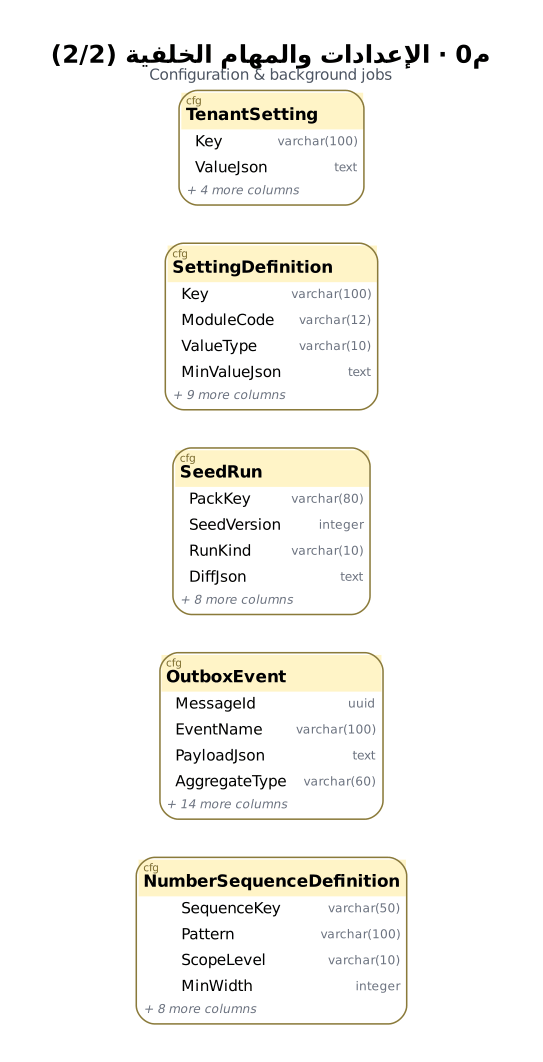
Before: treasury-platform/docs/diagrams/pro/m0_config_2.png, a diagram exported from Graphviz (thawrasy/smartlines). Its source is kept beside it as treasury-platform/docs/diagrams/pro/src/m0_config_2.dot.
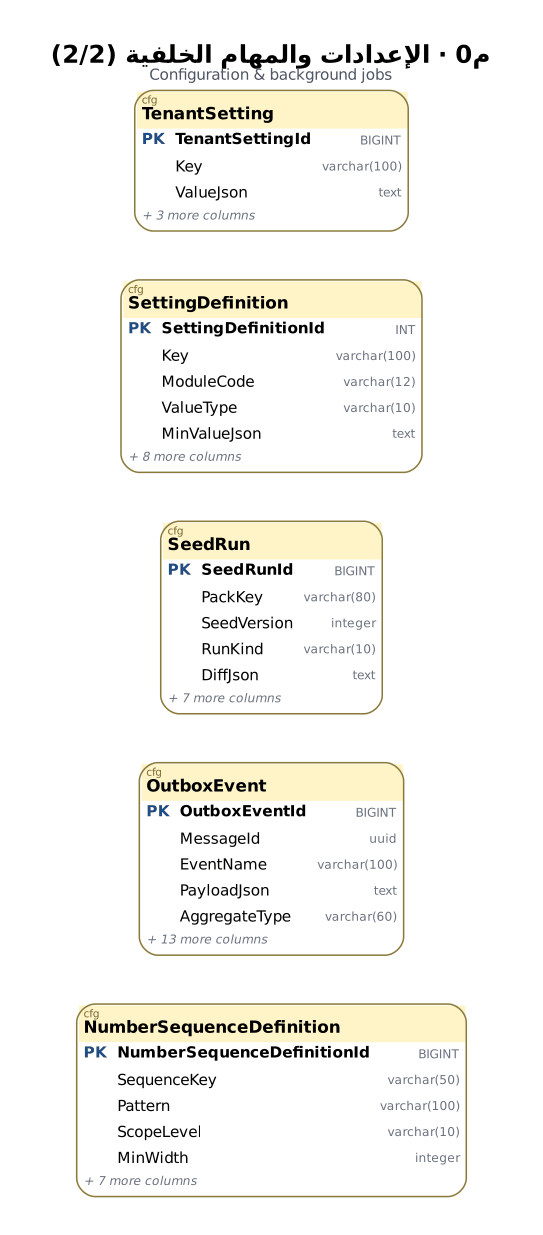
The same diagram one commit later.

Diff of the diagram source:
```diff
@@ -1,10 +1,10 @@
 digraph G {
-  graph [fontname="DejaVu Sans", label=<<B><FONT POINT-SIZE="16">م0 · الإعدادات والمهام الخلفية (2/2)</FONT></B><BR/><FONT POINT-SIZE="10" COLOR="#4B5563">Configuration &amp; background jobs</FONT>>, labelloc=t, rankdir=LR, splines=true, nodesep=0.35, ranksep=1.25, pad=0.35, bgcolor="white", dpi=110];
+  graph [fontname="DejaVu Sans", label=<<B><FONT POINT-SIZE="16">م0 · الإعدادات والمهام الخلفية (2/2)</FONT></B><BR/><FONT POINT-SIZE="10" COLOR="#4B5563">Configuration &amp; background jobs</FONT>>, labelloc=t, rankdir=LR, splines=ortho, nodesep=0.45, ranksep=1.7, pad=0.35, bgcolor="white", dpi=110];
   node [fontname="DejaVu Sans", fontsize=10];
   edge [fontname="DejaVu Sans", fontsize=8, color="#374151", arrowsize=0.75];
-  "cfg.NumberSequenceDefinition" [shape=plain, label=<<TABLE BORDER="1" COLOR="#8A7A3A" CELLBORDER="0" CELLSPACING="0" CELLPADDING="3" STYLE="rounded" BGCOLOR="white"><TR><TD COLSPAN="3" BGCOLOR="#FFF4C7" ALIGN="LEFT"><FONT POINT-SIZE="7" COLOR="#7A6A2E">cfg</FONT><BR ALIGN="LEFT"/><FONT POINT-SIZE="11"><B>NumberSequenceDefinition</B></FONT></TD></TR><TR><TD ALIGN="LEFT"></TD><TD ALIGN="LEFT">SequenceKey</TD><TD ALIGN="RIGHT"><FONT COLOR="#6B7280" POINT-SIZE="8">varchar(50)</FONT></TD></TR><TR><TD ALIGN="LEFT"></TD><TD ALIGN="LEFT">Pattern</TD><TD ALIGN="RIGHT"><FONT COLOR="#6B7280" POINT-SIZE="8">varchar(100)</FONT></TD></TR><TR><TD ALIGN="LEFT"></TD><TD ALIGN="LEFT">ScopeLevel</TD><TD ALIGN="RIGHT"><FONT COLOR="#6B7280" POINT-SIZE="8">varchar(10)</FONT></TD></TR><TR><TD ALIGN="LEFT"></TD><TD ALIGN="LEFT">MinWidth</TD><TD ALIGN="RIGHT"><FONT COLOR="#6B7280" POINT-SIZE="8">integer</FONT></TD></TR><TR><TD COLSPAN="3" ALIGN="LEFT"><FONT POINT-SIZE="8" COLOR="#6B7280"><I>+ 8 more columns</I></FONT></TD></TR></TABLE>>];
-  "cfg.OutboxEvent" [shape=plain, label=<<TABLE BORDER="1" COLOR="#8A7A3A" CELLBORDER="0" CELLSPACING="0" CELLPADDING="3" STYLE="rounded" BGCOLOR="white"><TR><TD COLSPAN="3" BGCOLOR="#FFF4C7" ALIGN="LEFT"><FONT POINT-SIZE="7" COLOR="#7A6A2E">cfg</FONT><BR ALIGN="LEFT"/><FONT POINT-SIZE="11"><B>OutboxEvent</B></FONT></TD></TR><TR><TD ALIGN="LEFT"></TD><TD ALIGN="LEFT">MessageId</TD><TD ALIGN="RIGHT"><FONT COLOR="#6B7280" POINT-SIZE="8">uuid</FONT></TD></TR><TR><TD ALIGN="LEFT"></TD><TD ALIGN="LEFT">EventName</TD><TD ALIGN="RIGHT"><FONT COLOR="#6B7280" POINT-SIZE="8">varchar(100)</FONT></TD></TR><TR><TD ALIGN="LEFT"></TD><TD ALIGN="LEFT">PayloadJson</TD><TD ALIGN="RIGHT"><FONT COLOR="#6B7280" POINT-SIZE="8">text</FONT></TD></TR><TR><TD ALIGN="LEFT"></TD><TD ALIGN="LEFT">AggregateType</TD><TD ALIGN="RIGHT"><FONT COLOR="#6B7280" POINT-SIZE="8">varchar(60)</FONT></TD></TR><TR><TD COLSPAN="3" ALIGN="LEFT"><FONT POINT-SIZE="8" COLOR="#6B7280"><I>+ 14 more columns</I></FONT></TD></TR></TABLE>>];
-  "cfg.SeedRun" [shape=plain, label=<<TABLE BORDER="1" COLOR="#8A7A3A" CELLBORDER="0" CELLSPACING="0" CELLPADDING="3" STYLE="rounded" BGCOLOR="white"><TR><TD COLSPAN="3" BGCOLOR="#FFF4C7" ALIGN="LEFT"><FONT POINT-SIZE="7" COLOR="#7A6A2E">cfg</FONT><BR ALIGN="LEFT"/><FONT POINT-SIZE="11"><B>SeedRun</B></FONT></TD></TR><TR><TD ALIGN="LEFT"></TD><TD ALIGN="LEFT">PackKey</TD><TD ALIGN="RIGHT"><FONT COLOR="#6B7280" POINT-SIZE="8">varchar(80)</FONT></TD></TR><TR><TD ALIGN="LEFT"></TD><TD ALIGN="LEFT">SeedVersion</TD><TD ALIGN="RIGHT"><FONT COLOR="#6B7280" POINT-SIZE="8">integer</FONT></TD></TR><TR><TD ALIGN="LEFT"></TD><TD ALIGN="LEFT">RunKind</TD><TD ALIGN="RIGHT"><FONT COLOR="#6B7280" POINT-SIZE="8">varchar(10)</FONT></TD></TR><TR><TD ALIGN="LEFT"></TD><TD ALIGN="LEFT">DiffJson</TD><TD ALIGN="RIGHT"><FONT COLOR="#6B7280" POINT-SIZE="8">text</FONT></TD></TR><TR><TD COLSPAN="3" ALIGN="LEFT"><FONT POINT-SIZE="8" COLOR="#6B7280"><I>+ 8 more columns</I></FONT></TD></TR></TABLE>>];
-  "cfg.SettingDefinition" [shape=plain, label=<<TABLE BORDER="1" COLOR="#8A7A3A" CELLBORDER="0" CELLSPACING="0" CELLPADDING="3" STYLE="rounded" BGCOLOR="white"><TR><TD COLSPAN="3" BGCOLOR="#FFF4C7" ALIGN="LEFT"><FONT POINT-SIZE="7" COLOR="#7A6A2E">cfg</FONT><BR ALIGN="LEFT"/><FONT POINT-SIZE="11"><B>SettingDefinition</B></FONT></TD></TR><TR><TD ALIGN="LEFT"></TD><TD ALIGN="LEFT">Key</TD><TD ALIGN="RIGHT"><FONT COLOR="#6B7280" POINT-SIZE="8">varchar(100)</FONT></TD></TR><TR><TD ALIGN="LEFT"></TD><TD ALIGN="LEFT">ModuleCode</TD><TD ALIGN="RIGHT"><FONT COLOR="#6B7280" POINT-SIZE="8">varchar(12)</FONT></TD></TR><TR><TD ALIGN="LEFT"></TD><TD ALIGN="LEFT">ValueType</TD><TD ALIGN="RIGHT"><FONT COLOR="#6B7280" POINT-SIZE="8">varchar(10)</FONT></TD></TR><TR><TD ALIGN="LEFT"></TD><TD ALIGN="LEFT">MinValueJson</TD><TD ALIGN="RIGHT"><FONT COLOR="#6B7280" POINT-SIZE="8">text</FONT></TD></TR><TR><TD COLSPAN="3" ALIGN="LEFT"><FONT POINT-SIZE="8" COLOR="#6B7280"><I>+ 9 more columns</I></FONT></TD></TR></TABLE>>];
-  "cfg.TenantSetting" [shape=plain, label=<<TABLE BORDER="1" COLOR="#8A7A3A" CELLBORDER="0" CELLSPACING="0" CELLPADDING="3" STYLE="rounded" BGCOLOR="white"><TR><TD COLSPAN="3" BGCOLOR="#FFF4C7" ALIGN="LEFT"><FONT POINT-SIZE="7" COLOR="#7A6A2E">cfg</FONT><BR ALIGN="LEFT"/><FONT POINT-SIZE="11"><B>TenantSetting</B></FONT></TD></TR><TR><TD ALIGN="LEFT"></TD><TD ALIGN="LEFT">Key</TD><TD ALIGN="RIGHT"><FONT COLOR="#6B7280" POINT-SIZE="8">varchar(100)</FONT></TD></TR><TR><TD ALIGN="LEFT"></TD><TD ALIGN="LEFT">ValueJson</TD><TD ALIGN="RIGHT"><FONT COLOR="#6B7280" POINT-SIZE="8">text</FONT></TD></TR><TR><TD COLSPAN="3" ALIGN="LEFT"><FONT POINT-SIZE="8" COLOR="#6B7280"><I>+ 4 more columns</I></FONT></TD></TR></TABLE>>];
+  "cfg.NumberSequenceDefinition" [shape=plain, label=<<TABLE BORDER="1" COLOR="#8A7A3A" CELLBORDER="0" CELLSPACING="0" CELLPADDING="3" STYLE="rounded" BGCOLOR="white"><TR><TD COLSPAN="3" BGCOLOR="#FFF4C7" ALIGN="LEFT"><FONT POINT-SIZE="7" COLOR="#7A6A2E">cfg</FONT><BR ALIGN="LEFT"/><FONT POINT-SIZE="11"><B>NumberSequenceDefinition</B></FONT></TD></TR><TR><TD ALIGN="LEFT" PORT="NumberSequenceDefinitionId"><FONT COLOR="#1D4E89"><B>PK</B></FONT></TD><TD ALIGN="LEFT" PORT="NumberSequenceDefinitionId"><B>NumberSequenceDefinitionId</B></TD><TD ALIGN="RIGHT" PORT="NumberSequenceDefinitionId"><FONT COLOR="#6B7280" POINT-SIZE="8">BIGINT</FONT></TD></TR><TR><TD ALIGN="LEFT"></TD><TD ALIGN="LEFT">SequenceKey</TD><TD ALIGN="RIGHT"><FONT COLOR="#6B7280" POINT-SIZE="8">varchar(50)</FONT></TD></TR><TR><TD ALIGN="LEFT"></TD><TD ALIGN="LEFT">Pattern</TD><TD ALIGN="RIGHT"><FONT COLOR="#6B7280" POINT-SIZE="8">varchar(100)</FONT></TD></TR><TR><TD ALIGN="LEFT"></TD><TD ALIGN="LEFT">ScopeLevel</TD><TD ALIGN="RIGHT"><FONT COLOR="#6B7280" POINT-SIZE="8">varchar(10)</FONT></TD></TR><TR><TD ALIGN="LEFT"></TD><TD ALIGN="LEFT">MinWidth</TD><TD ALIGN="RIGHT"><FONT COLOR="#6B7280" POINT-SIZE="8">integer</FONT></TD></TR><TR><TD COLSPAN="3" ALIGN="LEFT"><FONT POINT-SIZE="8" COLOR="#6B7280"><I>+ 7 more columns</I></FONT></TD></TR></TABLE>>];
+  "cfg.OutboxEvent" [shape=plain, label=<<TABLE BORDER="1" COLOR="#8A7A3A" CELLBORDER="0" CELLSPACING="0" CELLPADDING="3" STYLE="rounded" BGCOLOR="white"><TR><TD COLSPAN="3" BGCOLOR="#FFF4C7" ALIGN="LEFT"><FONT POINT-SIZE="7" COLOR="#7A6A2E">cfg</FONT><BR ALIGN="LEFT"/><FONT POINT-SIZE="11"><B>OutboxEvent</B></FONT></TD></TR><TR><TD ALIGN="LEFT" PORT="OutboxEventId"><FONT COLOR="#1D4E89"><B>PK</B></FONT></TD><TD ALIGN="LEFT" PORT="OutboxEventId"><B>OutboxEventId</B></TD><TD ALIGN="RIGHT" PORT="OutboxEventId"><FONT COLOR="#6B7280" POINT-SIZE="8">BIGINT</FONT></TD></TR><TR><TD ALIGN="LEFT"></TD><TD ALIGN="LEFT">MessageId</TD><TD ALIGN="RIGHT"><FONT COLOR="#6B7280" POINT-SIZE="8">uuid</FONT></TD></TR><TR><TD ALIGN="LEFT"></TD><TD ALIGN="LEFT">EventName</TD><TD ALIGN="RIGHT"><FONT COLOR="#6B7280" POINT-SIZE="8">varchar(100)</FONT></TD></TR><TR><TD ALIGN="LEFT"></TD><TD ALIGN="LEFT">PayloadJson</TD><TD ALIGN="RIGHT"><FONT COLOR="#6B7280" POINT-SIZE="8">text</FONT></TD></TR><TR><TD ALIGN="LEFT"></TD><TD ALIGN="LEFT">AggregateType</TD><TD ALIGN="RIGHT"><FONT COLOR="#6B7280" POINT-SIZE="8">varchar(60)</FONT></TD></TR><TR><TD COLSPAN="3" ALIGN="LEFT"><FONT POINT-SIZE="8" COLOR="#6B7280"><I>+ 13 more columns</I></FONT></TD></TR></TABLE>>];
+  "cfg.SeedRun" [shape=plain, label=<<TABLE BORDER="1" COLOR="#8A7A3A" CELLBORDER="0" CELLSPACING="0" CELLPADDING="3" STYLE="rounded" BGCOLOR="white"><TR><TD COLSPAN="3" BGCOLOR="#FFF4C7" ALIGN="LEFT"><FONT POINT-SIZE="7" COLOR="#7A6A2E">cfg</FONT><BR ALIGN="LEFT"/><FONT POINT-SIZE="11"><B>SeedRun</B></FONT></TD></TR><TR><TD ALIGN="LEFT" PORT="SeedRunId"><FONT COLOR="#1D4E89"><B>PK</B></FONT></TD><TD ALIGN="LEFT" PORT="SeedRunId"><B>SeedRunId</B></TD><TD ALIGN="RIGHT" PORT="SeedRunId"><FONT COLOR="#6B7280" POINT-SIZE="8">BIGINT</FONT></TD></TR><TR><TD ALIGN="LEFT"></TD><TD ALIGN="LEFT">PackKey</TD><TD ALIGN="RIGHT"><FONT COLOR="#6B7280" POINT-SIZE="8">varchar(80)</FONT></TD></TR><TR><TD ALIGN="LEFT"></TD><TD ALIGN="LEFT">SeedVersion</TD><TD ALIGN="RIGHT"><FONT COLOR="#6B7280" POINT-SIZE="8">integer</FONT></TD></TR><TR><TD ALIGN="LEFT"></TD><TD ALIGN="LEFT">RunKind</TD><TD ALIGN="RIGHT"><FONT COLOR="#6B7280" POINT-SIZE="8">varchar(10)</FONT></TD></TR><TR><TD ALIGN="LEFT"></TD><TD ALIGN="LEFT">DiffJson</TD><TD ALIGN="RIGHT"><FONT COLOR="#6B7280" POINT-SIZE="8">text</FONT></TD></TR><TR><TD COLSPAN="3" ALIGN="LEFT"><FONT POINT-SIZE="8" COLOR="#6B7280"><I>+ 7 more columns</I></FONT></TD></TR></TABLE>>];
+  "cfg.SettingDefinition" [shape=plain, label=<<TABLE BORDER="1" COLOR="#8A7A3A" CELLBORDER="0" CELLSPACING="0" CELLPADDING="3" STYLE="rounded" BGCOLOR="white"><TR><TD COLSPAN="3" BGCOLOR="#FFF4C7" ALIGN="LEFT"><FONT POINT-SIZE="7" COLOR="#7A6A2E">cfg</FONT><BR ALIGN="LEFT"/><FONT POINT-SIZE="11"><B>SettingDefinition</B></FONT></TD></TR><TR><TD ALIGN="LEFT" PORT="SettingDefinitionId"><FONT COLOR="#1D4E89"><B>PK</B></FONT></TD><TD ALIGN="LEFT" PORT="SettingDefinitionId"><B>SettingDefinitionId</B></TD><TD ALIGN="RIGHT" PORT="SettingDefinitionId"><FONT COLOR="#6B7280" POINT-SIZE="8">INT</FONT></TD></TR><TR><TD ALIGN="LEFT"></TD><TD ALIGN="LEFT">Key</TD><TD ALIGN="RIGHT"><FONT COLOR="#6B7280" POINT-SIZE="8">varchar(100)</FONT></TD></TR><TR><TD ALIGN="LEFT"></TD><TD ALIGN="LEFT">ModuleCode</TD><TD ALIGN="RIGHT"><FONT COLOR="#6B7280" POINT-SIZE="8">varchar(12)</FONT></TD></TR><TR><TD ALIGN="LEFT"></TD><TD ALIGN="LEFT">ValueType</TD><TD ALIGN="RIGHT"><FONT COLOR="#6B7280" POINT-SIZE="8">varchar(10)</FONT></TD></TR><TR><TD ALIGN="LEFT"></TD><TD ALIGN="LEFT">MinValueJson</TD><TD ALIGN="RIGHT"><FONT COLOR="#6B7280" POINT-SIZE="8">text</FONT></TD></TR><TR><TD COLSPAN="3" ALIGN="LEFT"><FONT POINT-SIZE="8" COLOR="#6B7280"><I>+ 8 more columns</I></FONT></TD></TR></TABLE>>];
+  "cfg.TenantSetting" [shape=plain, label=<<TABLE BORDER="1" COLOR="#8A7A3A" CELLBORDER="0" CELLSPACING="0" CELLPADDING="3" STYLE="rounded" BGCOLOR="white"><TR><TD COLSPAN="3" BGCOLOR="#FFF4C7" ALIGN="LEFT"><FONT POINT-SIZE="7" COLOR="#7A6A2E">cfg</FONT><BR ALIGN="LEFT"/><FONT POINT-SIZE="11"><B>TenantSetting</B></FONT></TD></TR><TR><TD ALIGN="LEFT" PORT="TenantSettingId"><FONT COLOR="#1D4E89"><B>PK</B></FONT></TD><TD ALIGN="LEFT" PORT="TenantSettingId"><B>TenantSettingId</B></TD><TD ALIGN="RIGHT" PORT="TenantSettingId"><FONT COLOR="#6B7280" POINT-SIZE="8">BIGINT</FONT></TD></TR><TR><TD ALIGN="LEFT"></TD><TD ALIGN="LEFT">Key</TD><TD ALIGN="RIGHT"><FONT COLOR="#6B7280" POINT-SIZE="8">varchar(100)</FONT></TD></TR><TR><TD ALIGN="LEFT"></TD><TD ALIGN="LEFT">ValueJson</TD><TD ALIGN="RIGHT"><FONT COLOR="#6B7280" POINT-SIZE="8">text</FONT></TD></TR><TR><TD COLSPAN="3" ALIGN="LEFT"><FONT POINT-SIZE="8" COLOR="#6B7280"><I>+ 3 more columns</I></FONT></TD></TR></TABLE>>];
 }
```
